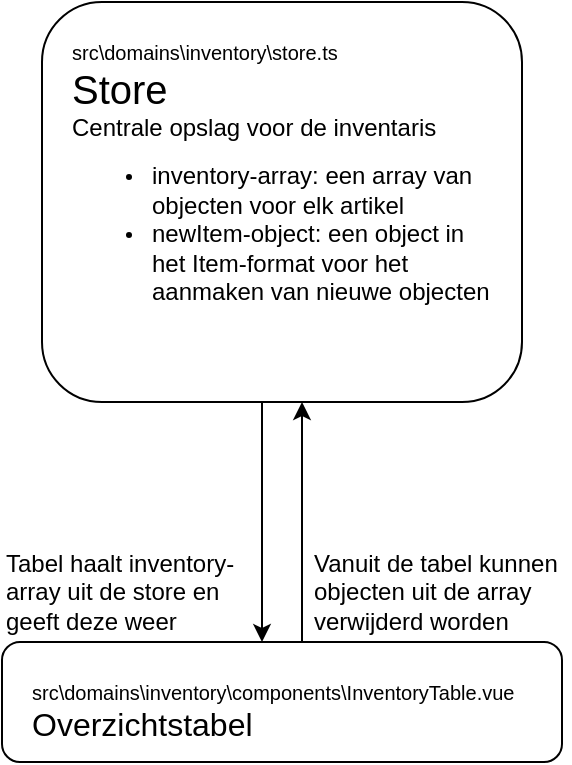
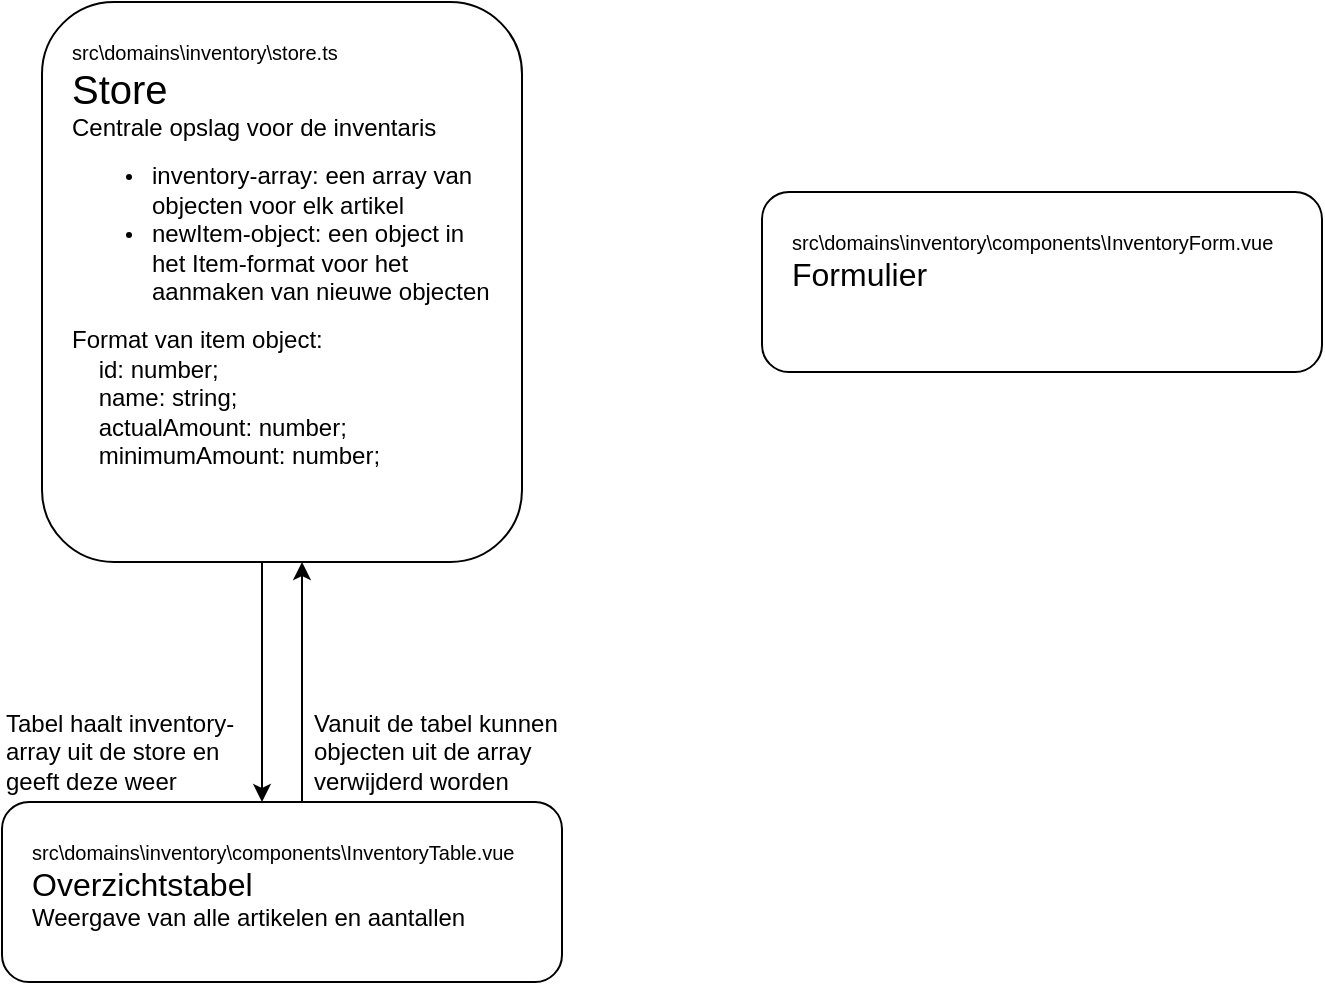
<mxfile host="app.diagrams.net" agent="Mozilla/5.0 (Windows NT 10.0; Win64; x64) AppleWebKit/537.36 (KHTML, like Gecko) Chrome/146.0.0.0 Safari/537.36" version="29.6.4">
  <diagram name="Pagina-1" id="jHJDa2tsZR8j9Yx50L5g">
    <mxGraphModel dx="516" dy="776" grid="1" gridSize="10" guides="1" tooltips="1" connect="1" arrows="1" fold="1" page="1" pageScale="1" pageWidth="827" pageHeight="1169" math="0" shadow="0">
      <root>
        <mxCell id="0" />
        <mxCell id="1" parent="0" />
-         <mxCell id="uSY-HkKNFhWKNBA7KD2W-1" parent="1" style="rounded=1;whiteSpace=wrap;html=1;fontSize=10;align=left;verticalAlign=top;spacing=15;" value="&lt;div&gt;&lt;font&gt;src&lt;/font&gt;&lt;font&gt;\domains\inventory\store.ts&lt;/font&gt;&lt;/div&gt;&lt;font style=&quot;font-size: 20px;&quot;&gt;Store&lt;/font&gt;&lt;div&gt;&lt;font style=&quot;font-size: 12px;&quot;&gt;Centrale opslag voor de inventaris&lt;/font&gt;&lt;br&gt;&lt;div&gt;&lt;ul&gt;&lt;li&gt;&lt;font style=&quot;font-size: 12px;&quot;&gt;inventory-array: een array van objecten voor elk artikel&lt;/font&gt;&lt;/li&gt;&lt;li&gt;&lt;font style=&quot;font-size: 12px;&quot;&gt;newItem-object: een object in het Item-format voor het aanmaken van nieuwe objecten&lt;/font&gt;&lt;/li&gt;&lt;/ul&gt;&lt;/div&gt;&lt;/div&gt;" vertex="1">
-           <mxGeometry height="200" width="240" x="280" y="400" as="geometry" />
+         <mxCell id="uSY-HkKNFhWKNBA7KD2W-1" parent="1" style="rounded=1;whiteSpace=wrap;html=1;fontSize=10;align=left;verticalAlign=top;spacing=15;" value="&lt;div&gt;&lt;font&gt;src&lt;/font&gt;&lt;font&gt;\domains\inventory\store.ts&lt;/font&gt;&lt;/div&gt;&lt;font style=&quot;font-size: 20px;&quot;&gt;Store&lt;/font&gt;&lt;div&gt;&lt;font style=&quot;font-size: 12px;&quot;&gt;Centrale opslag voor de inventaris&lt;/font&gt;&lt;br&gt;&lt;div&gt;&lt;ul&gt;&lt;li&gt;&lt;font style=&quot;font-size: 12px;&quot;&gt;inventory-array: een array van objecten voor elk artikel&lt;/font&gt;&lt;/li&gt;&lt;li&gt;&lt;font style=&quot;font-size: 12px;&quot;&gt;newItem-object: een object in het Item-format voor het aanmaken van nieuwe objecten&lt;/font&gt;&lt;/li&gt;&lt;/ul&gt;&lt;div&gt;&lt;span style=&quot;font-size: 12px;&quot;&gt;Format van item object:&lt;/span&gt;&lt;/div&gt;&lt;/div&gt;&lt;/div&gt;&lt;div&gt;&lt;div style=&quot;&quot;&gt;&lt;span style=&quot;font-size: 12px;&quot;&gt;&amp;nbsp; &amp;nbsp; id: number;&lt;/span&gt;&lt;/div&gt;&lt;div style=&quot;&quot;&gt;&lt;span style=&quot;font-size: 12px;&quot;&gt;&amp;nbsp; &amp;nbsp; name: string;&lt;/span&gt;&lt;/div&gt;&lt;div style=&quot;&quot;&gt;&lt;span style=&quot;font-size: 12px;&quot;&gt;&amp;nbsp; &amp;nbsp; actualAmount: number;&lt;/span&gt;&lt;/div&gt;&lt;div style=&quot;&quot;&gt;&lt;span style=&quot;font-size: 12px;&quot;&gt;&amp;nbsp; &amp;nbsp; minimumAmount: number;&lt;/span&gt;&lt;/div&gt;&lt;/div&gt;" vertex="1">
+           <mxGeometry height="280" width="240" x="280" y="320" as="geometry" />
        </mxCell>
-         <mxCell id="uSY-HkKNFhWKNBA7KD2W-2" parent="1" style="rounded=1;whiteSpace=wrap;html=1;fontSize=10;verticalAlign=top;align=left;spacing=15;" value="src\domains\inventory\components\InventoryTable.vue&lt;div&gt;&lt;font style=&quot;font-size: 16px;&quot;&gt;Overzichtstabel&lt;/font&gt;&lt;/div&gt;" vertex="1">
-           <mxGeometry height="60" width="280" x="260" y="720" as="geometry" />
+         <mxCell id="uSY-HkKNFhWKNBA7KD2W-2" parent="1" style="rounded=1;whiteSpace=wrap;html=1;fontSize=10;verticalAlign=top;align=left;spacing=15;" value="src\domains\inventory\components\InventoryTable.vue&lt;div&gt;&lt;font style=&quot;font-size: 16px;&quot;&gt;Overzichtstabel&lt;/font&gt;&lt;/div&gt;&lt;div&gt;&lt;font style=&quot;font-size: 12px;&quot;&gt;Weergave van alle artikelen en aantallen&lt;/font&gt;&lt;/div&gt;" vertex="1">
+           <mxGeometry height="90" width="280" x="260" y="720" as="geometry" />
        </mxCell>
        <mxCell id="eLQj0-DDMxeyVFWfvKQ9-2" edge="1" parent="1" style="endArrow=classic;html=1;rounded=0;exitX=0.5;exitY=1;exitDx=0;exitDy=0;entryX=0.5;entryY=0;entryDx=0;entryDy=0;" value="">
          <mxGeometry height="50" relative="1" width="50" as="geometry">
            <mxPoint x="390" y="600" as="sourcePoint" />
            <mxPoint x="390" y="720" as="targetPoint" />
          </mxGeometry>
        </mxCell>
        <mxCell id="eLQj0-DDMxeyVFWfvKQ9-4" parent="1" style="text;html=1;whiteSpace=wrap;strokeColor=none;fillColor=none;align=left;verticalAlign=middle;rounded=0;" value="Tabel haalt inventory-array uit de store en geeft deze weer" vertex="1">
          <mxGeometry height="30" width="130" x="260" y="680" as="geometry" />
        </mxCell>
        <mxCell id="eLQj0-DDMxeyVFWfvKQ9-5" edge="1" parent="1" style="endArrow=classic;html=1;rounded=0;exitX=0.5;exitY=0;exitDx=0;exitDy=0;" value="">
          <mxGeometry height="50" relative="1" width="50" as="geometry">
            <mxPoint x="410" y="720" as="sourcePoint" />
            <mxPoint x="410" y="600" as="targetPoint" />
          </mxGeometry>
        </mxCell>
        <mxCell id="eLQj0-DDMxeyVFWfvKQ9-6" parent="1" style="text;html=1;whiteSpace=wrap;strokeColor=none;fillColor=none;align=left;verticalAlign=middle;rounded=0;" value="Vanuit de tabel kunnen objecten uit de array verwijderd worden" vertex="1">
          <mxGeometry height="30" width="130" x="414" y="680" as="geometry" />
        </mxCell>
+         <mxCell id="eLQj0-DDMxeyVFWfvKQ9-7" parent="1" style="rounded=1;whiteSpace=wrap;html=1;fontSize=10;verticalAlign=top;align=left;spacing=15;" value="src\domains\inventory\components\InventoryForm.vue&lt;div&gt;&lt;font style=&quot;font-size: 16px;&quot;&gt;Formulier&lt;/font&gt;&lt;/div&gt;&lt;div&gt;&lt;br&gt;&lt;/div&gt;" vertex="1">
+           <mxGeometry height="90" width="280" x="640" y="415" as="geometry" />
+         </mxCell>
      </root>
    </mxGraphModel>
  </diagram>
</mxfile>
